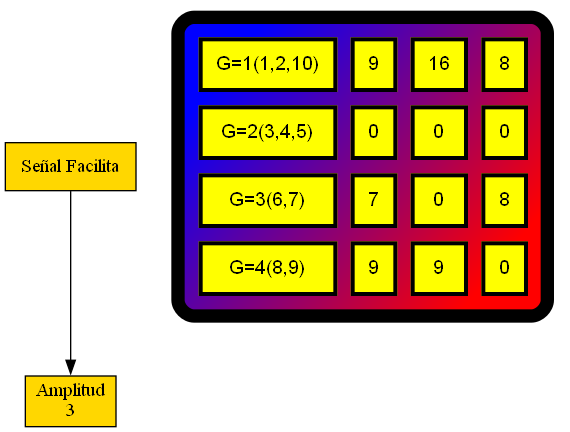
Above: Matriz_reducida.png in KINGR0X/IPC2_Proyecto1_202044192 (Graphviz), before the change. Its source is kept beside it as Matriz_reducida.dot.
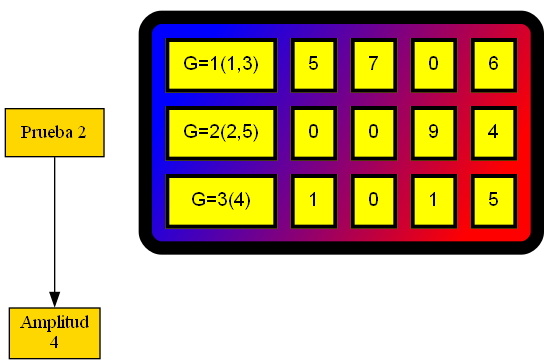
After the change.

Diff of the diagram source:
```diff
@@ -1,7 +1,7 @@
 digraph G {
 subgraph {
-nodo_00[label=" Señal Facilita ",fontcolor="#000000",fillcolor=gold, style=filled,shape=box];
-nodo_01_left[label="Amplitud\n3",fontcolor="#000000",fillcolor=gold, style=filled,shape=box];
+nodo_00[label=" Prueba 2 ",fontcolor="#000000",fillcolor=gold, style=filled,shape=box];
+nodo_01_left[label="Amplitud\n4",fontcolor="#000000",fillcolor=gold, style=filled,shape=box];
 nodo_00 -> nodo_01_left;
 }
 
@@ -10,25 +10,23 @@
 edge [fontname="Helvetica,Arial,sans-serif"]
 a0 [shape=none label=<
 <TABLE border="10" cellspacing="10" cellpadding="10" style="rounded" bgcolor="blue:red" gradientangle="315">
-      <TR><TD border="3"  bgcolor="yellow" gradientangle="315">G=1(1,2,10)</TD>
-<TD border="3"  bgcolor="yellow" gradientangle="315">9</TD>
-<TD border="3"  bgcolor="yellow" gradientangle="315">16</TD>
-<TD border="3"  bgcolor="yellow" gradientangle="315">8</TD>
+      <TR><TD border="3"  bgcolor="yellow" gradientangle="315">G=1(1,3)</TD>
+<TD border="3"  bgcolor="yellow" gradientangle="315">5</TD>
+<TD border="3"  bgcolor="yellow" gradientangle="315">7</TD>
+<TD border="3"  bgcolor="yellow" gradientangle="315">0</TD>
+<TD border="3"  bgcolor="yellow" gradientangle="315">6</TD>
 </TR>
-<TR><TD border="3"  bgcolor="yellow" gradientangle="315">G=2(3,4,5)</TD>
+<TR><TD border="3"  bgcolor="yellow" gradientangle="315">G=2(2,5)</TD>
 <TD border="3"  bgcolor="yellow" gradientangle="315">0</TD>
 <TD border="3"  bgcolor="yellow" gradientangle="315">0</TD>
+<TD border="3"  bgcolor="yellow" gradientangle="315">9</TD>
+<TD border="3"  bgcolor="yellow" gradientangle="315">4</TD>
+</TR>
+<TR><TD border="3"  bgcolor="yellow" gradientangle="315">G=3(4)</TD>
+<TD border="3"  bgcolor="yellow" gradientangle="315">1</TD>
 <TD border="3"  bgcolor="yellow" gradientangle="315">0</TD>
-</TR>
-<TR><TD border="3"  bgcolor="yellow" gradientangle="315">G=3(6,7)</TD>
-<TD border="3"  bgcolor="yellow" gradientangle="315">7</TD>
-<TD border="3"  bgcolor="yellow" gradientangle="315">0</TD>
-<TD border="3"  bgcolor="yellow" gradientangle="315">8</TD>
-</TR>
-<TR><TD border="3"  bgcolor="yellow" gradientangle="315">G=4(8,9)</TD>
-<TD border="3"  bgcolor="yellow" gradientangle="315">9</TD>
-<TD border="3"  bgcolor="yellow" gradientangle="315">9</TD>
-<TD border="3"  bgcolor="yellow" gradientangle="315">0</TD>
+<TD border="3"  bgcolor="yellow" gradientangle="315">1</TD>
+<TD border="3"  bgcolor="yellow" gradientangle="315">5</TD>
 
 </TR></TABLE>>];
 }
```
